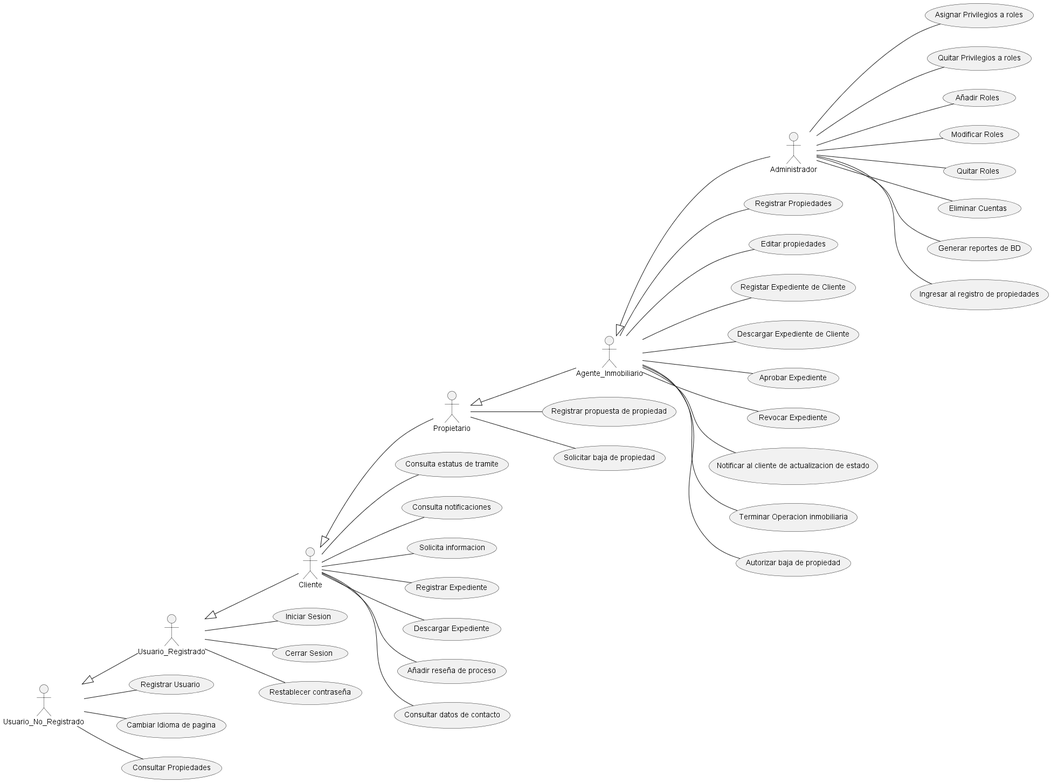
Above: out/UML Kiara/KIARA_Init/KIARA.png in mem0rias/KiaraDev (PlantUML), before the change.
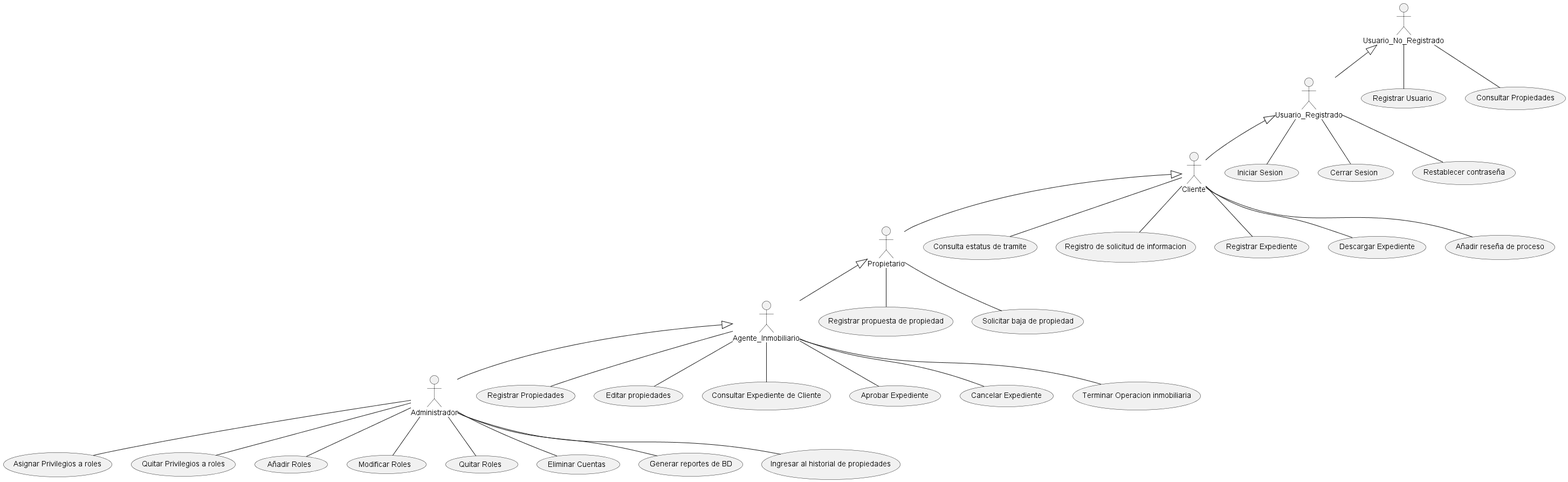
After the change.

Commit message:
UML mejorado

The edit, as a diff of the source:
```diff
@@ -1,6 +1,5 @@
 @startuml KIARA
 
-left to right direction
 :Usuario_No_Registrado:
 :Usuario_Registrado:
 :Cliente:
@@ -8,29 +7,23 @@
 :Agente_Inmobiliario:
 :Administrador:
 (Registrar Usuario) as (reg)
-(Cambiar Idioma de pagina) as (traduccion)
 (Consultar Propiedades) as (consultprop)
 (Iniciar Sesion) as (init)
 (Cerrar Sesion) as (Logout)
 (Restablecer contraseña) as (fPassword)
 (Consulta estatus de tramite) as (consultProc)
-(Consulta notificaciones) as (CNotifs)
-(Solicita informacion) as (solicinfo)
+(Registro de solicitud de informacion) as (solicinfo)
 (Registrar Expediente) as (upload_docs)
 (Descargar Expediente) as (download_docs)
 (Añadir reseña de proceso) as (review)
-(Consultar datos de contacto) as (contact)
 (Registrar propuesta de propiedad) as (RegisPropuesta)
 (Solicitar baja de propiedad) as (BajaProp)
 (Registrar Propiedades) as (RegisProp)
 (Editar propiedades) as (Editar_propiedades)
-(Registar Expediente de Cliente) as (RegexpC)
-(Descargar Expediente de Cliente) as (DescexpC)
+(Consultar Expediente de Cliente) as (DescexpC)
 (Aprobar Expediente) as (AproveExp)
-(Revocar Expediente) as (RevocExp)
-(Notificar al cliente de actualizacion de estado) as (Notificar)
+(Cancelar Expediente) as (RevocExp)
 (Terminar Operacion inmobiliaria) as (tOperacion)
-(Autorizar baja de propiedad) as (bPropiedad)
 (Asignar Privilegios a roles) as (SetPrivs)
 (Quitar Privilegios a roles)  as (RmPrivs)
 (Añadir Roles) as (addRoles)
@@ -38,7 +31,7 @@
 (Quitar Roles) as (rmRoles)
 (Eliminar Cuentas) as (rmAccount)
 (Generar reportes de BD) as (BDReport)
-(Ingresar al registro de propiedades) as (RegRev)
+(Ingresar al historial de propiedades) as (RegRev)
 
 Usuario_No_Registrado <|-- Usuario_Registrado
 Usuario_Registrado <|-- Cliente
@@ -47,7 +40,6 @@
 Agente_Inmobiliario <|-- Administrador
 Usuario_No_Registrado -- reg
 Usuario_No_Registrado -- consultprop
-Usuario_No_Registrado -- traduccion
 Usuario_Registrado -- init
 Usuario_Registrado -- Logout
 Usuario_Registrado -- fPassword
@@ -56,19 +48,14 @@
 Cliente -- upload_docs
 Cliente -- download_docs
 Cliente -- review
-Cliente -- contact
-Cliente -- CNotifs
 Propietario -- RegisPropuesta
 Propietario -- BajaProp
 Agente_Inmobiliario -- RegisProp
 Agente_Inmobiliario -- Editar_propiedades
 Agente_Inmobiliario -- DescexpC
-Agente_Inmobiliario -- RegexpC
 Agente_Inmobiliario -- AproveExp
 Agente_Inmobiliario -- RevocExp
-Agente_Inmobiliario -- Notificar
 Agente_Inmobiliario -- tOperacion
-Agente_Inmobiliario -- bPropiedad
 Administrador -- RegRev
 Administrador -- SetPrivs
 Administrador -- RmPrivs
```
